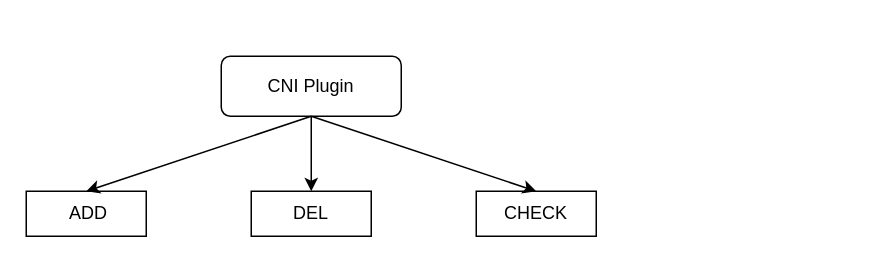
Before: page "CNI" (4 of 14) of flows/流程图.drawio in godzilla-s/lightly-cni, a draw.io diagram. Source tidied: cells renumbered, new cells numbered last; positions are measured from the earlier drawing's top-left corner, leaving out a move shared by most shapes. Both pictures are drawn from the tidied source at 150%, with x=0, y=0 at pixel (26, 56).
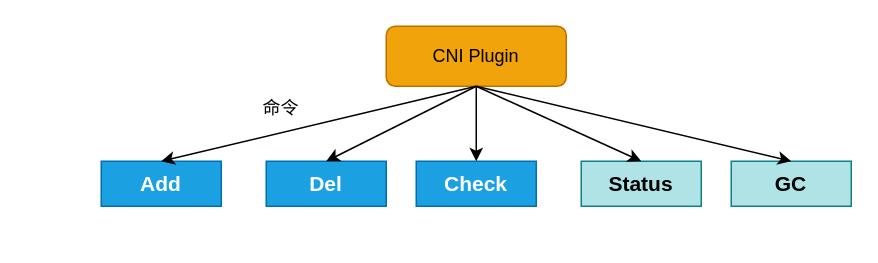
The same page after the edit.

Change to the diagram source:
```diff
@@
 <mxGraphModel>
   <root>
     <mxCell id="0" />
     <mxCell id="1" parent="0" />
-    <mxCell id="2" value="CNI Plugin" style="rounded=1;whiteSpace=wrap;html=1;" parent="1" vertex="1">
-      <mxGeometry x="130" width="120" height="40" as="geometry" />
+    <mxCell id="2" value="CNI Plugin" style="rounded=1;whiteSpace=wrap;html=1;fillColor=#f0a30a;fontColor=#000000;strokeColor=#BD7000;" parent="1" vertex="1">
+      <mxGeometry x="240" y="-20" width="120" height="40" as="geometry" />
     </mxCell>
-    <mxCell id="3" value="&amp;nbsp;ADD" style="rounded=0;whiteSpace=wrap;html=1;" parent="1" vertex="1">
-      <mxGeometry y="90" width="80" height="30" as="geometry" />
+    <mxCell id="3" value="Add" style="rounded=0;whiteSpace=wrap;html=1;fillColor=#1ba1e2;fontColor=#ffffff;strokeColor=#006EAF;fontSize=14;fontStyle=1;" parent="1" vertex="1">
+      <mxGeometry x="50" y="70" width="80" height="30" as="geometry" />
     </mxCell>
-    <mxCell id="4" value="DEL" style="rounded=0;whiteSpace=wrap;html=1;" parent="1" vertex="1">
-      <mxGeometry x="150" y="90" width="80" height="30" as="geometry" />
+    <mxCell id="4" value="Del" style="rounded=0;whiteSpace=wrap;html=1;fillColor=#1ba1e2;fontColor=#ffffff;strokeColor=#006EAF;fontSize=14;fontStyle=1;" parent="1" vertex="1">
+      <mxGeometry x="160" y="70" width="80" height="30" as="geometry" />
     </mxCell>
-    <mxCell id="5" value="CHECK" style="rounded=0;whiteSpace=wrap;html=1;" parent="1" vertex="1">
-      <mxGeometry x="300" y="90" width="80" height="30" as="geometry" />
+    <mxCell id="5" value="Check" style="rounded=0;whiteSpace=wrap;html=1;fillColor=#1ba1e2;fontColor=#ffffff;strokeColor=#006EAF;fontSize=14;fontStyle=1;" parent="1" vertex="1">
+      <mxGeometry x="260" y="70" width="80" height="30" as="geometry" />
     </mxCell>
     <mxCell id="6" style="endArrow=classic;html=1;rounded=0;exitX=0.5;exitY=1;exitDx=0;exitDy=0;entryX=0.5;entryY=0;entryDx=0;entryDy=0;" parent="1" edge="1" source="2" target="3">
       <mxGeometry relative="1" as="geometry" />
     </mxCell>
     <mxCell id="7" style="endArrow=classic;html=1;rounded=0;exitX=0.5;exitY=1;exitDx=0;exitDy=0;entryX=0.5;entryY=0;entryDx=0;entryDy=0;" parent="1" edge="1" source="2" target="4">
       <mxGeometry relative="1" as="geometry" />
     </mxCell>
     <mxCell id="8" style="endArrow=classic;html=1;rounded=0;exitX=0.5;exitY=1;exitDx=0;exitDy=0;entryX=0.5;entryY=0;entryDx=0;entryDy=0;" parent="1" edge="1" source="2" target="5">
       <mxGeometry relative="1" as="geometry" />
     </mxCell>
+    <mxCell id="9" value="Status" style="rounded=0;whiteSpace=wrap;html=1;fillColor=#b0e3e6;strokeColor=#0e8088;fontSize=14;fontStyle=1;" parent="1" vertex="1">
+      <mxGeometry x="370" y="70" width="80" height="30" as="geometry" />
+    </mxCell>
+    <mxCell id="10" value="GC" style="rounded=0;whiteSpace=wrap;html=1;fillColor=#b0e3e6;strokeColor=#0e8088;fontSize=14;fontStyle=1;" parent="1" vertex="1">
+      <mxGeometry x="470" y="70" width="80" height="30" as="geometry" />
+    </mxCell>
+    <mxCell id="11" style="endArrow=classic;html=1;rounded=0;fontSize=12;exitX=0.5;exitY=1;exitDx=0;exitDy=0;entryX=0.5;entryY=0;entryDx=0;entryDy=0;" parent="1" edge="1" source="2" target="9">
+      <mxGeometry relative="1" as="geometry" />
+    </mxCell>
+    <mxCell id="12" style="endArrow=classic;html=1;rounded=0;fontSize=12;exitX=0.5;exitY=1;exitDx=0;exitDy=0;entryX=0.5;entryY=0;entryDx=0;entryDy=0;" parent="1" edge="1" source="2" target="10">
+      <mxGeometry relative="1" as="geometry" />
+    </mxCell>
+    <mxCell id="13" value="命令" style="text;html=1;strokeColor=none;fillColor=none;align=center;verticalAlign=middle;whiteSpace=wrap;rounded=0;fontSize=12;" parent="1" vertex="1">
+      <mxGeometry x="140" y="20" width="60" height="30" as="geometry" />
+    </mxCell>
   </root>
 </mxGraphModel>
```
